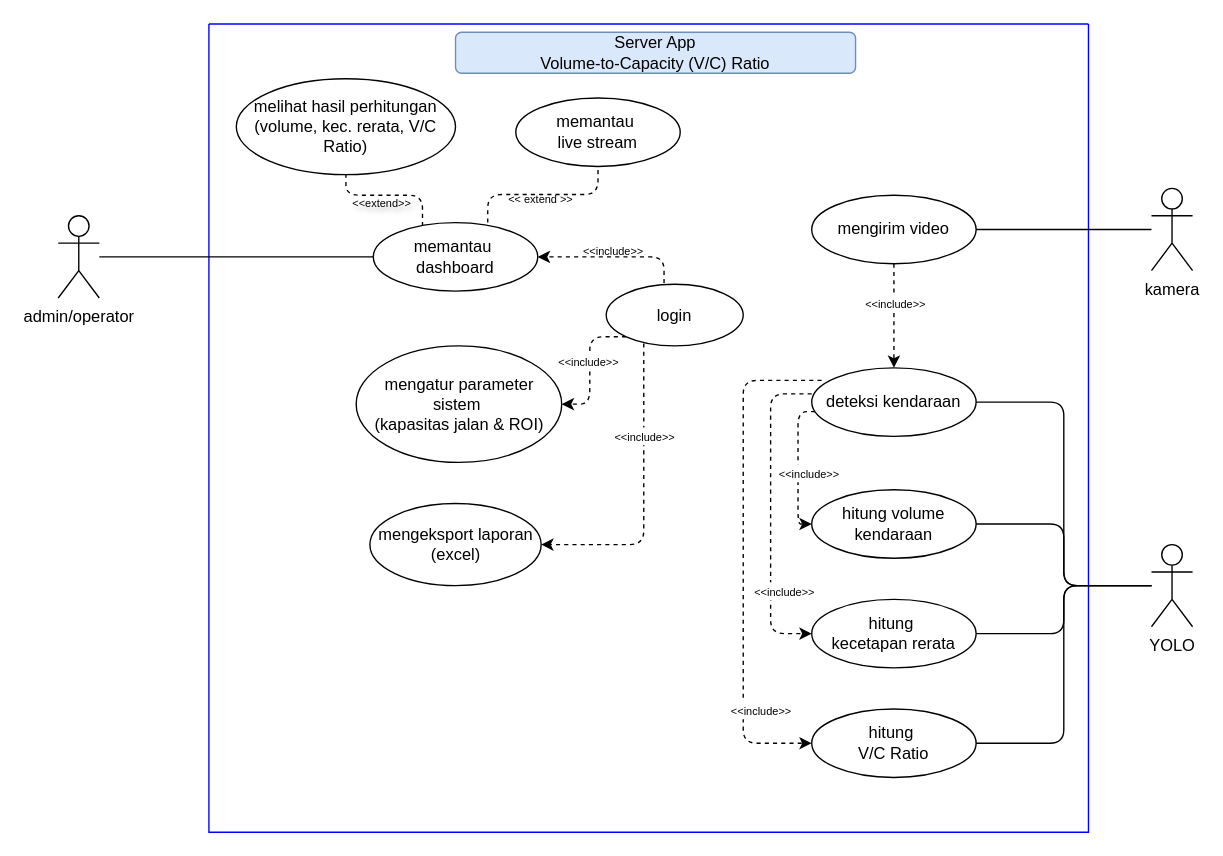
Before: vc-ratio.drawio in eenattayani/desain, a draw.io diagram. Source tidied: cells renumbered, new cells numbered last; positions are measured from the earlier drawing's top-left corner, leaving out a move shared by most shapes. Both pictures are drawn from the tidied source at 137%, with x=0, y=0 at pixel (58, 23).
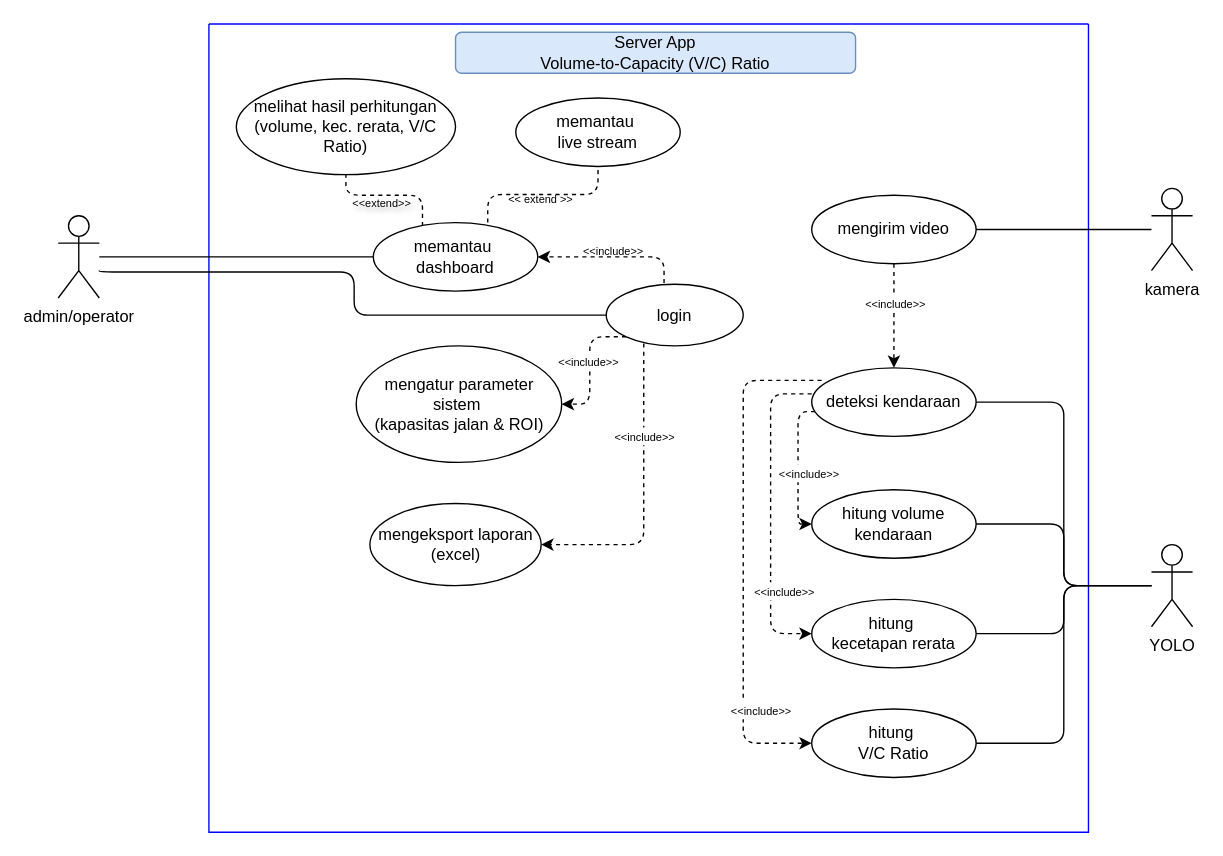
The same page after the edit.

Unchanged cells that the change refers to:
```xml
<mxCell id="30" value="login" style="ellipse;whiteSpace=wrap;html=1;" parent="2" vertex="1">
  <mxGeometry x="290" y="190" width="100" height="45" as="geometry" />
</mxCell>
```

Diff of the diagram source:
```diff
@@
+    <mxCell id="42" style="edgeStyle=orthogonalEdgeStyle;rounded=1;jettySize=auto;html=1;entryX=0;entryY=0.5;entryDx=0;entryDy=0;curved=0;endArrow=none;endFill=0;" parent="1" edge="1" target="30">
+      <mxGeometry relative="1" as="geometry">
+        <mxPoint x="30" y="180" as="sourcePoint" />
+        <Array as="points">
+          <mxPoint x="216" y="181" />
+          <mxPoint x="216" y="213" />
+        </Array>
+      </mxGeometry>
+    </mxCell>
```
